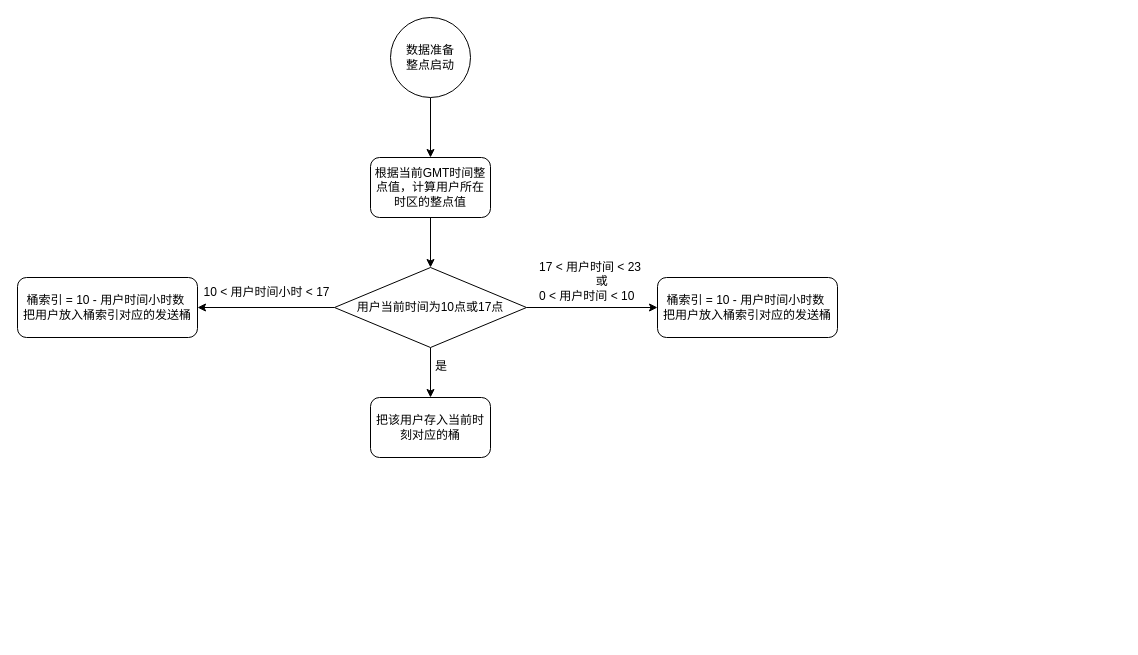
Before: 时区计算流程.drawio in xfbxag/weijia, a draw.io diagram. Source tidied: cells renumbered, new cells numbered last; positions are measured from the earlier drawing's top-left corner, leaving out a move shared by most shapes. Both pictures are drawn from the tidied source at 100%, with x=0, y=0 at pixel (17, 17).
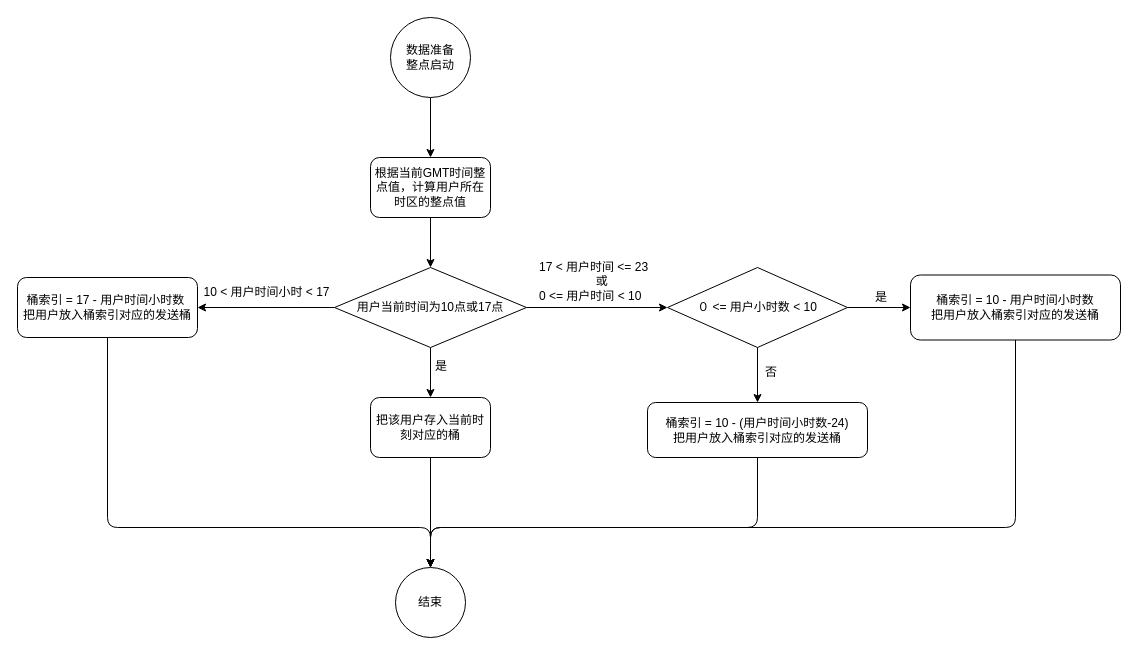
After the change.

Commit message:
Update 时区计算流程.drawio

Unchanged cells that the change refers to:
```xml
<mxCell id="8" value="用户当前时间为10点或17点" style="rhombus;whiteSpace=wrap;html=1;" parent="1" vertex="1">
  <mxGeometry x="317" y="250" width="192" height="80" as="geometry" />
</mxCell>
<mxCell id="9" value="把该用户存入当前时刻对应的桶" style="rounded=1;whiteSpace=wrap;html=1;" parent="1" vertex="1">
  <mxGeometry x="353" y="380" width="120" height="60" as="geometry" />
</mxCell>
```

Change to the diagram source:
```diff
@@
-    <mxCell id="7" style="edgeStyle=orthogonalEdgeStyle;rounded=0;jettySize=auto;html=1;entryX=0;entryY=0.5;entryDx=0;entryDy=0;" parent="1" edge="1" source="8" target="14">
+    <mxCell id="7" style="edgeStyle=orthogonalEdgeStyle;rounded=0;jettySize=auto;html=1;" parent="1" edge="1" source="8" target="20">
       <mxGeometry relative="1" as="geometry" />
     </mxCell>
@@
+    <mxCell id="16" style="edgeStyle=orthogonalEdgeStyle;rounded=0;jettySize=auto;html=1;" parent="1" edge="1" source="9" target="25">
+      <mxGeometry relative="1" as="geometry" />
+    </mxCell>
@@
-    <mxCell id="12" value="&lt;span style=&quot;white-space: normal&quot;&gt;桶索引 = 10 - 用户时间小时数&amp;nbsp;&lt;/span&gt;&lt;br style=&quot;white-space: normal&quot;&gt;&lt;span style=&quot;white-space: normal&quot;&gt;把用户放入桶索引对应的发送桶&lt;/span&gt;" style="rounded=1;whiteSpace=wrap;html=1;" parent="1" vertex="1">
+    <mxCell id="12" value="&lt;span style=&quot;white-space: normal&quot;&gt;桶索引 = 17 - 用户时间小时数&amp;nbsp;&lt;/span&gt;&lt;br style=&quot;white-space: normal&quot;&gt;&lt;span style=&quot;white-space: normal&quot;&gt;把用户放入桶索引对应的发送桶&lt;/span&gt;" style="rounded=1;whiteSpace=wrap;html=1;" parent="1" vertex="1">
       <mxGeometry y="260" width="180" height="60" as="geometry" />
     </mxCell>
@@
+    <mxCell id="17" style="edgeStyle=orthogonalEdgeStyle;rounded=1;jettySize=auto;html=1;entryX=0.5;entryY=0;entryDx=0;entryDy=0;" parent="1" edge="1" source="14" target="25">
+      <mxGeometry relative="1" as="geometry">
+        <Array as="points">
+          <mxPoint x="998" y="510" />
+          <mxPoint x="413" y="510" />
+        </Array>
+      </mxGeometry>
+    </mxCell>
-    <mxCell id="14" value="&lt;span style=&quot;white-space: normal&quot;&gt;桶索引 = 10 - 用户时间小时数&amp;nbsp;&lt;/span&gt;&lt;br style=&quot;white-space: normal&quot;&gt;&lt;span style=&quot;white-space: normal&quot;&gt;把用户放入桶索引对应的发送桶&lt;/span&gt;" style="rounded=1;whiteSpace=wrap;html=1;" parent="1" vertex="1">
-      <mxGeometry x="640" y="260" width="180" height="60" as="geometry" />
+    <mxCell id="14" value="&lt;span style=&quot;white-space: normal&quot;&gt;桶索引 = 10 - 用户时间小时数&lt;/span&gt;&lt;br style=&quot;white-space: normal&quot;&gt;&lt;span style=&quot;white-space: normal&quot;&gt;把用户放入桶索引对应的发送桶&lt;/span&gt;" style="rounded=1;whiteSpace=wrap;html=1;" parent="1" vertex="1">
+      <mxGeometry x="893" y="257.5" width="210" height="65" as="geometry" />
     </mxCell>
-    <mxCell id="15" value="17 &amp;lt; 用户时间 &amp;lt; 23&lt;br&gt;&amp;nbsp; &amp;nbsp; &amp;nbsp; &amp;nbsp; &amp;nbsp; &amp;nbsp; &amp;nbsp; &amp;nbsp; &amp;nbsp;或&lt;br&gt;0 &amp;lt; 用户时间 &amp;lt; 10" style="text;html=1;align=left;verticalAlign=top;spacingTop=-4;" parent="1" vertex="1">
-      <mxGeometry x="519.5" y="240" width="110" height="40" as="geometry" />
+    <mxCell id="15" value="17 &amp;lt; 用户时间 &amp;lt;= 23&lt;br&gt;&amp;nbsp; &amp;nbsp; &amp;nbsp; &amp;nbsp; &amp;nbsp; &amp;nbsp; &amp;nbsp; &amp;nbsp; &amp;nbsp;或&lt;br&gt;0 &amp;lt;= 用户时间 &amp;lt; 10" style="text;html=1;align=left;verticalAlign=top;spacingTop=-4;" parent="1" vertex="1">
+      <mxGeometry x="519.5" y="240" width="120" height="40" as="geometry" />
     </mxCell>
+    <mxCell id="18" style="edgeStyle=orthogonalEdgeStyle;rounded=0;jettySize=auto;html=1;" parent="1" edge="1" source="20" target="14">
+      <mxGeometry relative="1" as="geometry" />
+    </mxCell>
+    <mxCell id="19" style="edgeStyle=orthogonalEdgeStyle;rounded=0;jettySize=auto;html=1;" parent="1" edge="1" source="20" target="23">
+      <mxGeometry relative="1" as="geometry" />
+    </mxCell>
+    <mxCell id="20" value="&lt;span style=&quot;white-space: normal&quot;&gt;０ &amp;lt;= 用户小时数 &amp;lt; 10&lt;/span&gt;" style="rhombus;whiteSpace=wrap;html=1;" parent="1" vertex="1">
+      <mxGeometry x="650" y="250" width="180" height="80" as="geometry" />
+    </mxCell>
+    <mxCell id="21" value="是" style="text;html=1;align=left;verticalAlign=top;spacingTop=-4;" parent="1" vertex="1">
+      <mxGeometry x="856" y="270" width="30" height="20" as="geometry" />
+    </mxCell>
+    <mxCell id="22" style="edgeStyle=orthogonalEdgeStyle;rounded=1;jettySize=auto;html=1;" parent="1" edge="1" source="23">
+      <mxGeometry relative="1" as="geometry">
+        <mxPoint x="413" y="550" as="targetPoint" />
+        <Array as="points">
+          <mxPoint x="740" y="510" />
+          <mxPoint x="413" y="510" />
+        </Array>
+      </mxGeometry>
+    </mxCell>
+    <mxCell id="23" value="&lt;span style=&quot;white-space: normal&quot;&gt;桶索引 = 10 - (用户时间小时数-24)&lt;/span&gt;&lt;br style=&quot;white-space: normal&quot;&gt;&lt;span style=&quot;white-space: normal&quot;&gt;把用户放入桶索引对应的发送桶&lt;/span&gt;" style="rounded=1;whiteSpace=wrap;html=1;" parent="1" vertex="1">
+      <mxGeometry x="630" y="385" width="220" height="55" as="geometry" />
+    </mxCell>
+    <mxCell id="24" value="否" style="text;html=1;align=left;verticalAlign=top;spacingTop=-4;" parent="1" vertex="1">
+      <mxGeometry x="746" y="345" width="30" height="20" as="geometry" />
+    </mxCell>
+    <mxCell id="25" value="结束" style="ellipse;whiteSpace=wrap;html=1;" parent="1" vertex="1">
+      <mxGeometry x="378" y="550" width="70" height="70" as="geometry" />
+    </mxCell>
+    <mxCell id="26" style="endArrow=classic;html=1;exitX=0.5;exitY=1;exitDx=0;exitDy=0;entryX=0.5;entryY=0;entryDx=0;entryDy=0;edgeStyle=orthogonalEdgeStyle;" parent="1" edge="1" source="12" target="25">
+      <mxGeometry relative="1" as="geometry">
+        <Array as="points">
+          <mxPoint x="90" y="510" />
+          <mxPoint x="413" y="510" />
+        </Array>
+      </mxGeometry>
+    </mxCell>
```
